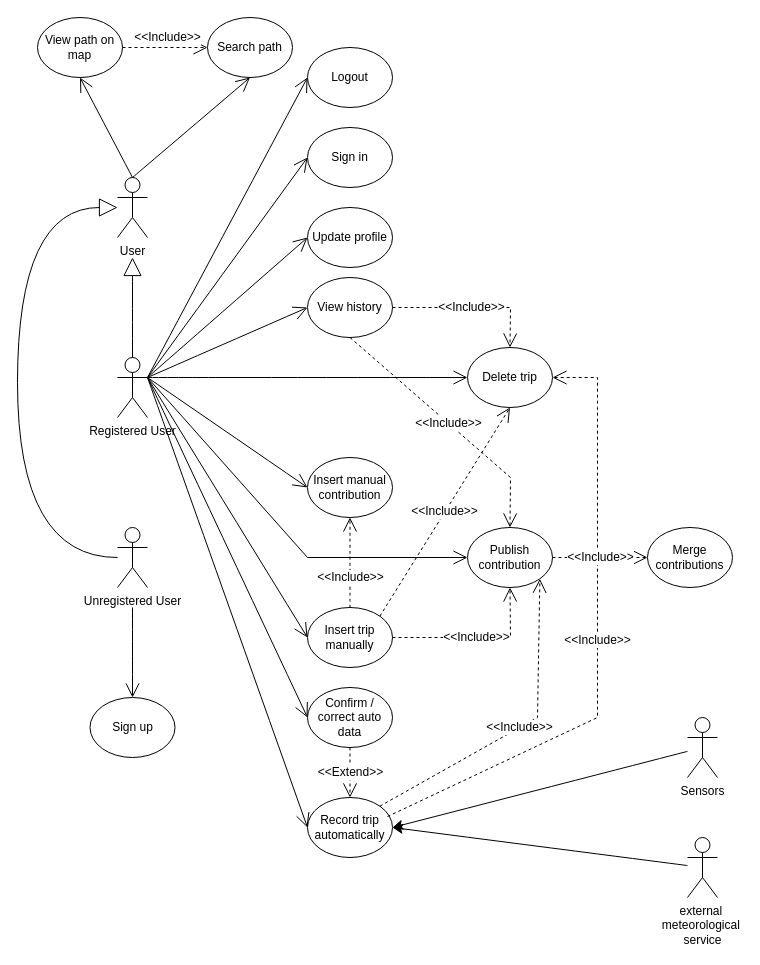
The draw.io diagram RASD/Version1.0/images/use_case_diagram.drawio in Francesco2035/RavelliRausaPoggi, before the edit. Source tidied: cells renumbered, new cells numbered last; positions are measured from the earlier drawing's top-left corner, leaving out a move shared by most shapes. Both pictures are drawn from the tidied source at 100%, with x=0, y=0 at pixel (17, 17).
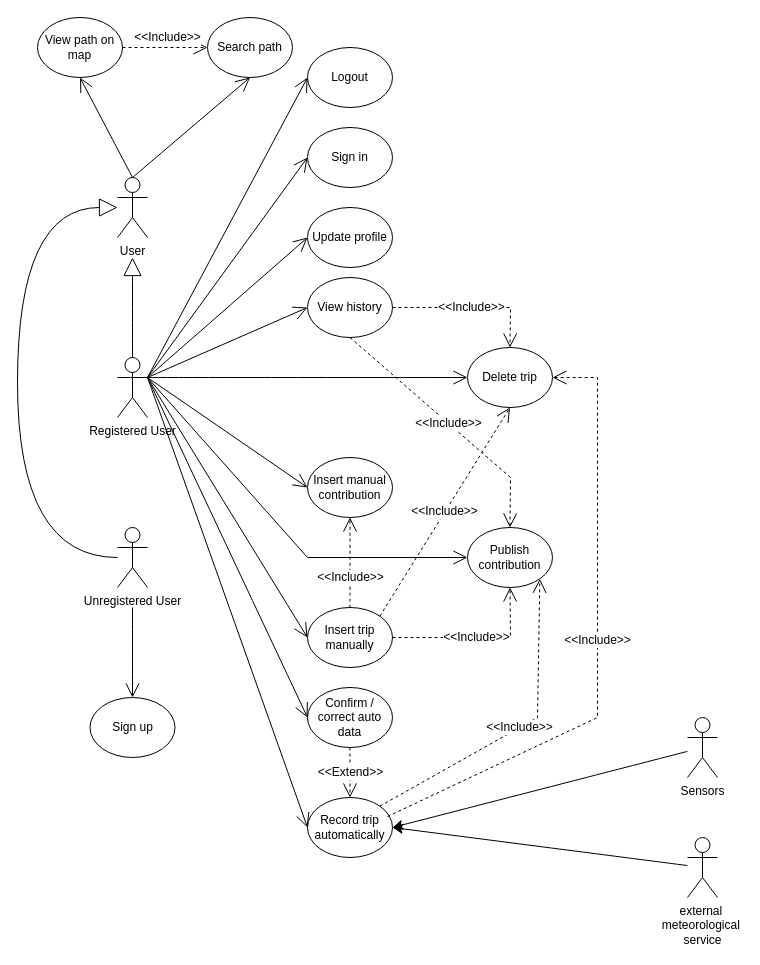
Above is the later version.

Unchanged cells that the change refers to:
```xml
<mxCell id="12" value="Publish contribution" style="ellipse;whiteSpace=wrap;html=1;" parent="1" vertex="1">
  <mxGeometry x="450" y="510" width="85" height="60" as="geometry" />
</mxCell>
```

Diff of the diagram source:
```diff
@@
-    <mxCell id="45" value="Merge contributions" style="ellipse;whiteSpace=wrap;html=1;" parent="1" vertex="1">
-      <mxGeometry x="630" y="510" width="85" height="60" as="geometry" />
-    </mxCell>
@@
-    <mxCell id="47" value="&amp;lt;&amp;lt;Include&amp;gt;&amp;gt;" style="endArrow=open;endSize=12;dashed=1;html=1;rounded=0;fontSize=12;exitX=1;exitY=0.5;exitDx=0;exitDy=0;entryX=0;entryY=0.5;entryDx=0;entryDy=0;" parent="1" edge="1" source="12" target="45">
-      <mxGeometry relative="1" as="geometry" />
-    </mxCell>
```
